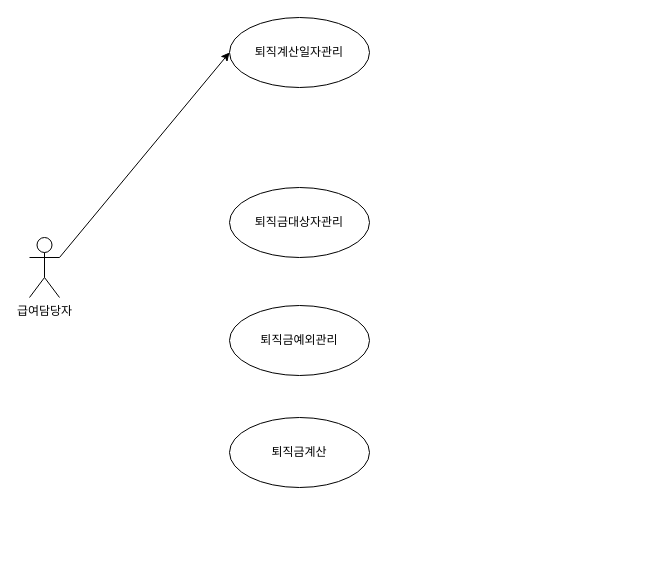
Earlier version of the draw.io diagram page "usecase" (1 of 2) of eHR_retirePay.drawio (soedad/design). Source tidied: cells renumbered, new cells numbered last; positions are measured from the earlier drawing's top-left corner, leaving out a move shared by most shapes. Both pictures are drawn from the tidied source at 100%, with x=0, y=0 at pixel (29, 17).
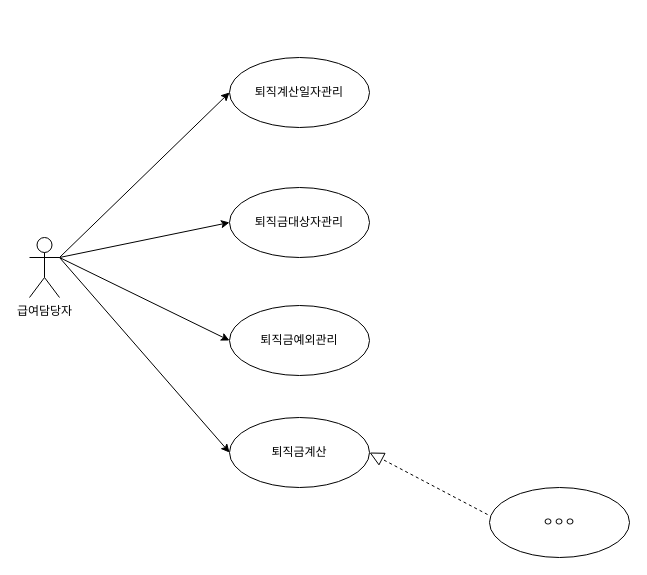
The same diagram, later.

What changed in the source:
```diff
@@
 <mxGraphModel>
   <root>
     <mxCell id="0" />
     <mxCell id="1" parent="0" />
     <mxCell id="2" style="rounded=0;jettySize=auto;html=1;exitX=1;exitY=0.3333333333333333;exitDx=0;exitDy=0;exitPerimeter=0;entryX=0;entryY=0.5;entryDx=0;entryDy=0;" parent="1" edge="1" source="3" target="4">
       <mxGeometry relative="1" as="geometry" />
     </mxCell>
+    <mxCell id="8" style="rounded=0;jettySize=auto;html=1;exitX=1;exitY=0.3333333333333333;exitDx=0;exitDy=0;exitPerimeter=0;entryX=0;entryY=0.5;entryDx=0;entryDy=0;" parent="1" edge="1" source="3" target="7">
+      <mxGeometry relative="1" as="geometry" />
+    </mxCell>
     <mxCell id="3" value="급여담당자" style="shape=umlActor;verticalLabelPosition=bottom;labelBackgroundColor=#ffffff;verticalAlign=top;html=1;" parent="1" vertex="1">
       <mxGeometry y="220" width="30" height="60" as="geometry" />
     </mxCell>
     <mxCell id="4" value="퇴직계산일자관리" style="ellipse;whiteSpace=wrap;html=1;" parent="1" vertex="1">
-      <mxGeometry x="200" width="140" height="70" as="geometry" />
+      <mxGeometry x="200" y="40" width="140" height="70" as="geometry" />
     </mxCell>
     <mxCell id="5" value="퇴직금대상자관리" style="ellipse;whiteSpace=wrap;html=1;" parent="1" vertex="1">
       <mxGeometry x="200" y="170" width="140" height="70" as="geometry" />
     </mxCell>
     <mxCell id="6" value="퇴직금예외관리" style="ellipse;whiteSpace=wrap;html=1;" parent="1" vertex="1">
       <mxGeometry x="200" y="288" width="140" height="70" as="geometry" />
     </mxCell>
     <mxCell id="7" value="퇴직금계산" style="ellipse;whiteSpace=wrap;html=1;" parent="1" vertex="1">
       <mxGeometry x="200" y="400" width="140" height="70" as="geometry" />
     </mxCell>
+    <mxCell id="9" style="rounded=0;jettySize=auto;html=1;exitX=1;exitY=0.3333333333333333;exitDx=0;exitDy=0;exitPerimeter=0;entryX=0;entryY=0.5;entryDx=0;entryDy=0;" parent="1" edge="1" source="3" target="5">
+      <mxGeometry relative="1" as="geometry" />
+    </mxCell>
+    <mxCell id="10" style="rounded=0;jettySize=auto;html=1;exitX=1;exitY=0.3333333333333333;exitDx=0;exitDy=0;exitPerimeter=0;entryX=0;entryY=0.5;entryDx=0;entryDy=0;" parent="1" edge="1" source="3" target="6">
+      <mxGeometry relative="1" as="geometry" />
+    </mxCell>
+    <mxCell id="11" value="ㅇㅇㅇ" style="ellipse;whiteSpace=wrap;html=1;" parent="1" vertex="1">
+      <mxGeometry x="460" y="470" width="140" height="70" as="geometry" />
+    </mxCell>
+    <mxCell id="12" style="endArrow=block;dashed=1;endFill=0;endSize=12;html=1;entryX=1;entryY=0.5;entryDx=0;entryDy=0;exitX=-0.014;exitY=0.386;exitDx=0;exitDy=0;exitPerimeter=0;" parent="1" edge="1" source="11" target="7">
+      <mxGeometry relative="1" as="geometry" />
+    </mxCell>
   </root>
 </mxGraphModel>
```
